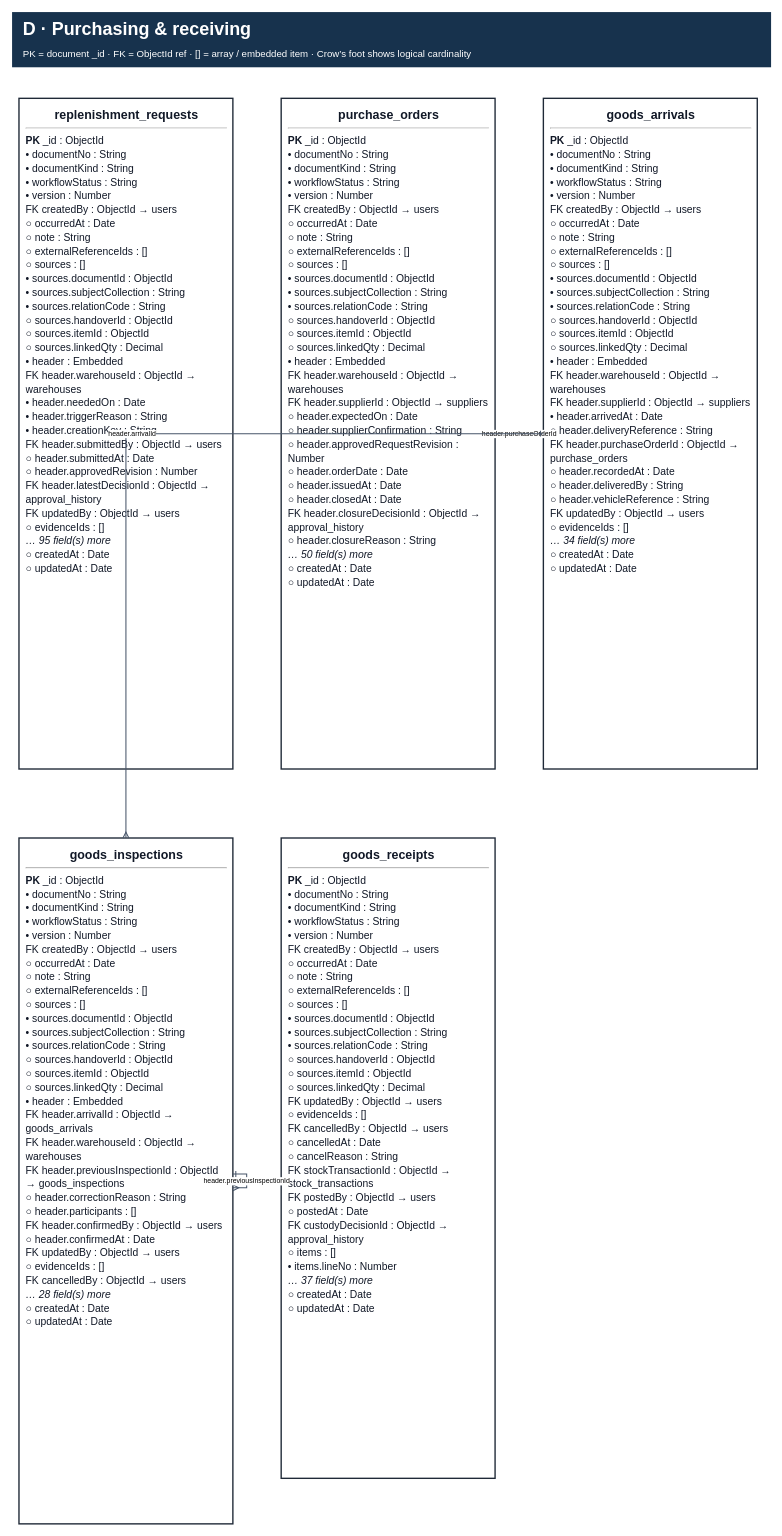
Before: page "D · Purchasing & receiving" (5 of 11) of git_doc/docs/03_thiet_ke/DB_Current_2026-11-09_57/WMSD_ERD_Current.drawio in minhoa2005/building-material-management, a draw.io diagram. Source tidied: cells renumbered, new cells numbered last; positions are measured from the earlier drawing's top-left corner, leaving out a move shared by most shapes. Both pictures are drawn from the tidied source at 69%, with x=0, y=0 at pixel (12, 12).
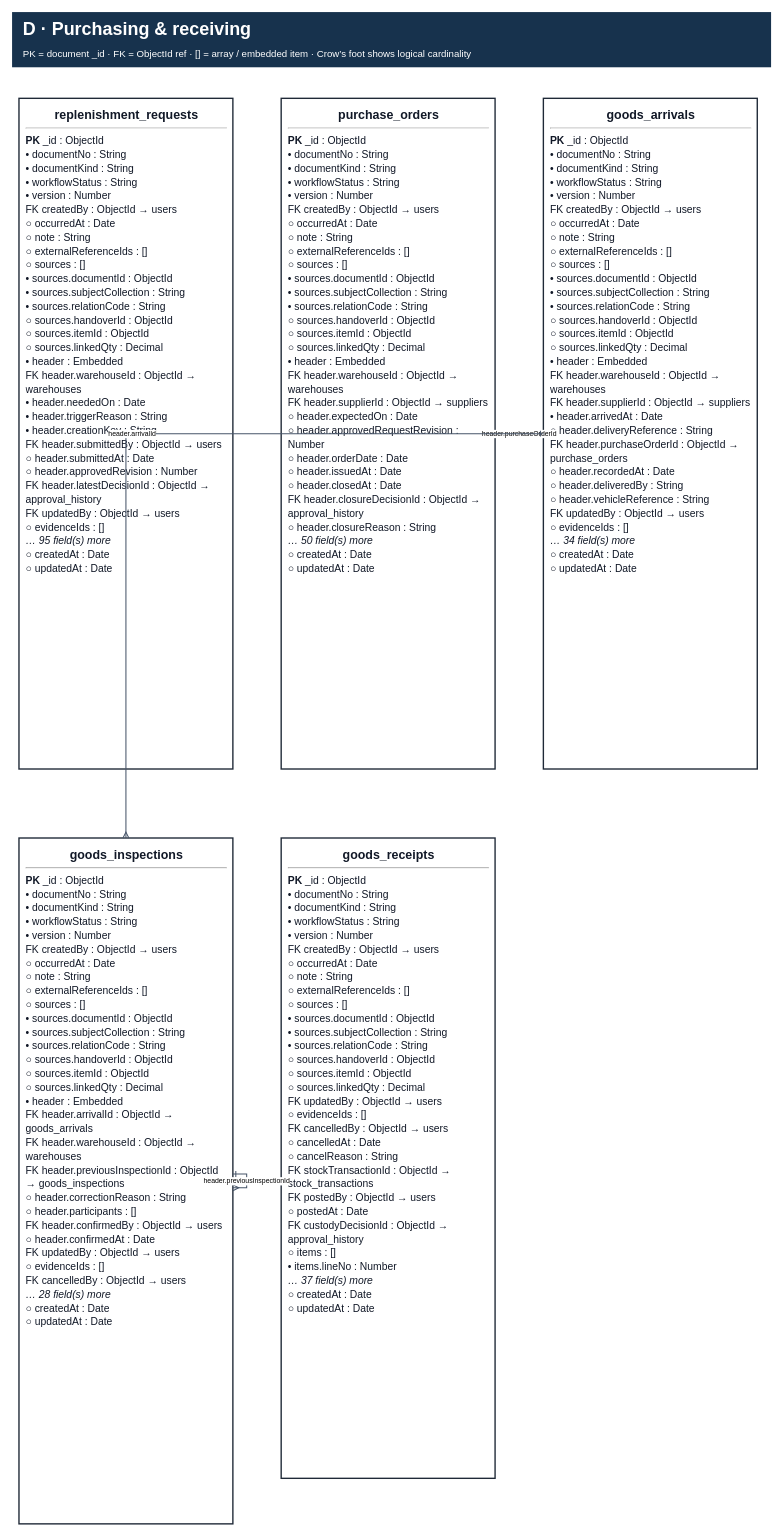
After the change.

The edit, as a diff of the source:
```diff
@@
 <mxGraphModel background="#FFFFFF">
   <root>
     <mxCell id="0" />
     <mxCell id="1" parent="0" />
     <mxCell id="2" value="&lt;b&gt;D · Purchasing &amp; receiving&lt;/b&gt;&lt;br/&gt;&lt;font style=&quot;font-size:14px&quot;&gt;PK = document _id · FK = ObjectId ref · [] = array / embedded item · Crow’s foot shows logical cardinality&lt;/font&gt;" style="rounded=0;whiteSpace=wrap;html=1;fillColor=#17324D;strokeColor=none;fontColor=#FFFFFF;align=left;verticalAlign=middle;spacing=16;fontFamily=Arial;fontSize=26;" parent="1" vertex="1">
       <mxGeometry width="1100" height="80" as="geometry" />
     </mxCell>
     <mxCell id="3" value="&lt;div style=&quot;font-size:15px;line-height:20px&quot;&gt;&lt;div style=&quot;text-align:center;font-size:18px&quot;&gt;&lt;b&gt;replenishment_requests&lt;/b&gt;&lt;/div&gt;&lt;hr/&gt;&lt;div&gt;&lt;b&gt;PK&lt;/b&gt;  _id : ObjectId&lt;br/&gt;•  documentNo : String&lt;br/&gt;•  documentKind : String&lt;br/&gt;•  workflowStatus : String&lt;br/&gt;•  version : Number&lt;br/&gt;FK  createdBy : ObjectId → users&lt;br/&gt;○  occurredAt : Date&lt;br/&gt;○  note : String&lt;br/&gt;○  externalReferenceIds : []&lt;br/&gt;○  sources : []&lt;br/&gt;•  sources.documentId : ObjectId&lt;br/&gt;•  sources.subjectCollection : String&lt;br/&gt;•  sources.relationCode : String&lt;br/&gt;○  sources.handoverId : ObjectId&lt;br/&gt;○  sources.itemId : ObjectId&lt;br/&gt;○  sources.linkedQty : Decimal&lt;br/&gt;•  header : Embedded&lt;br/&gt;FK  header.warehouseId : ObjectId → warehouses&lt;br/&gt;•  header.neededOn : Date&lt;br/&gt;•  header.triggerReason : String&lt;br/&gt;•  header.creationKey : String&lt;br/&gt;FK  header.submittedBy : ObjectId → users&lt;br/&gt;○  header.submittedAt : Date&lt;br/&gt;○  header.approvedRevision : Number&lt;br/&gt;FK  header.latestDecisionId : ObjectId → approval_history&lt;br/&gt;FK  updatedBy : ObjectId → users&lt;br/&gt;○  evidenceIds : []&lt;br/&gt;&lt;i&gt;… 95 field(s) more&lt;/i&gt;&lt;br/&gt;○ createdAt : Date&lt;br/&gt;○ updatedAt : Date&lt;/div&gt;&lt;/div&gt;" style="rounded=0;whiteSpace=wrap;html=1;fillColor=#FFFFFF;strokeColor=#1F2937;strokeWidth=2;fontColor=#111827;align=left;verticalAlign=top;spacing=10;fontFamily=Arial;overflow=hidden;" parent="1" vertex="1">
       <mxGeometry x="10" y="125" width="310" height="972" as="geometry" />
     </mxCell>
-    <mxCell id="4" value="&lt;div style=&quot;font-size:15px;line-height:20px&quot;&gt;&lt;div style=&quot;text-align:center;font-size:18px&quot;&gt;&lt;b&gt;purchase_orders&lt;/b&gt;&lt;/div&gt;&lt;hr/&gt;&lt;div&gt;&lt;b&gt;PK&lt;/b&gt;  _id : ObjectId&lt;br/&gt;•  documentNo : String&lt;br/&gt;•  documentKind : String&lt;br/&gt;•  workflowStatus : String&lt;br/&gt;•  version : Number&lt;br/&gt;FK  createdBy : ObjectId → users&lt;br/&gt;○  occurredAt : Date&lt;br/&gt;○  note : String&lt;br/&gt;○  externalReferenceIds : []&lt;br/&gt;○  sources : []&lt;br/&gt;•  sources.documentId : ObjectId&lt;br/&gt;•  sources.subjectCollection : String&lt;br/&gt;•  sources.relationCode : String&lt;br/&gt;○  sources.handoverId : ObjectId&lt;br/&gt;○  sources.itemId : ObjectId&lt;br/&gt;○  sources.linkedQty : Decimal&lt;br/&gt;•  header : Embedded&lt;br/&gt;FK  header.warehouseId : ObjectId → warehouses&lt;br/&gt;FK  header.supplierId : ObjectId → suppliers&lt;br/&gt;○  header.expectedOn : Date&lt;br/&gt;○  header.supplierConfirmation : String&lt;br/&gt;○  header.approvedRequestRevision : Number&lt;br/&gt;○  header.orderDate : Date&lt;br/&gt;○  header.issuedAt : Date&lt;br/&gt;○  header.closedAt : Date&lt;br/&gt;FK  header.closureDecisionId : ObjectId → approval_history&lt;br/&gt;○  header.closureReason : String&lt;br/&gt;&lt;i&gt;… 50 field(s) more&lt;/i&gt;&lt;br/&gt;○ createdAt : Date&lt;br/&gt;○ updatedAt : Date&lt;/div&gt;&lt;/div&gt;" style="rounded=0;whiteSpace=wrap;html=1;fillColor=#FFFFFF;strokeColor=#1F2937;strokeWidth=2;fontColor=#111827;align=left;verticalAlign=top;spacing=10;fontFamily=Arial;overflow=hidden;" parent="1" vertex="1">
+    <mxCell id="4" value="&lt;div style=&quot;font-size:15px;line-height:20px&quot;&gt;&lt;div style=&quot;text-align:center;font-size:18px&quot;&gt;&lt;b&gt;purchase_orders&lt;/b&gt;&lt;/div&gt;&lt;hr/&gt;&lt;div&gt;&lt;b&gt;PK&lt;/b&gt;  _id : ObjectId&lt;br/&gt;•  documentNo : String&lt;br/&gt;•  documentKind : String&lt;br/&gt;•  workflowStatus : String&lt;br/&gt;•  version : Number&lt;br/&gt;FK  createdBy : ObjectId → users&lt;br/&gt;○  occurredAt : Date&lt;br/&gt;○  note : String&lt;br/&gt;○  externalReferenceIds : []&lt;br/&gt;○  sources : []&lt;br/&gt;•  sources.documentId : ObjectId&lt;br/&gt;•  sources.subjectCollection : String&lt;br/&gt;•  sources.relationCode : String&lt;br/&gt;○  sources.handoverId : ObjectId&lt;br/&gt;○  sources.itemId : ObjectId&lt;br/&gt;○  sources.linkedQty : Decimal&lt;br/&gt;•  header : Embedded&lt;br/&gt;FK  header.warehouseId : ObjectId → warehouses&lt;br/&gt;FK  header.supplierId : ObjectId → suppliers&lt;br/&gt;○  header.expectedOn : Date&lt;br/&gt;○  header.approvedRequestRevision : Number&lt;br/&gt;○  header.orderDate : Date&lt;br/&gt;○  header.issuedAt : Date&lt;br/&gt;○  header.closedAt : Date&lt;br/&gt;FK  header.closureDecisionId : ObjectId → approval_history&lt;br/&gt;○  header.closureReason : String&lt;br/&gt;&lt;i&gt;… 50 field(s) more&lt;/i&gt;&lt;br/&gt;○ createdAt : Date&lt;br/&gt;○ updatedAt : Date&lt;/div&gt;&lt;/div&gt;" style="rounded=0;whiteSpace=wrap;html=1;fillColor=#FFFFFF;strokeColor=#1F2937;strokeWidth=2;fontColor=#111827;align=left;verticalAlign=top;spacing=10;fontFamily=Arial;overflow=hidden;" parent="1" vertex="1">
       <mxGeometry x="390" y="125" width="310" height="972" as="geometry" />
     </mxCell>
     <mxCell id="5" value="&lt;div style=&quot;font-size:15px;line-height:20px&quot;&gt;&lt;div style=&quot;text-align:center;font-size:18px&quot;&gt;&lt;b&gt;goods_arrivals&lt;/b&gt;&lt;/div&gt;&lt;hr/&gt;&lt;div&gt;&lt;b&gt;PK&lt;/b&gt;  _id : ObjectId&lt;br/&gt;•  documentNo : String&lt;br/&gt;•  documentKind : String&lt;br/&gt;•  workflowStatus : String&lt;br/&gt;•  version : Number&lt;br/&gt;FK  createdBy : ObjectId → users&lt;br/&gt;○  occurredAt : Date&lt;br/&gt;○  note : String&lt;br/&gt;○  externalReferenceIds : []&lt;br/&gt;○  sources : []&lt;br/&gt;•  sources.documentId : ObjectId&lt;br/&gt;•  sources.subjectCollection : String&lt;br/&gt;•  sources.relationCode : String&lt;br/&gt;○  sources.handoverId : ObjectId&lt;br/&gt;○  sources.itemId : ObjectId&lt;br/&gt;○  sources.linkedQty : Decimal&lt;br/&gt;•  header : Embedded&lt;br/&gt;FK  header.warehouseId : ObjectId → warehouses&lt;br/&gt;FK  header.supplierId : ObjectId → suppliers&lt;br/&gt;•  header.arrivedAt : Date&lt;br/&gt;○  header.deliveryReference : String&lt;br/&gt;FK  header.purchaseOrderId : ObjectId → purchase_orders&lt;br/&gt;○  header.recordedAt : Date&lt;br/&gt;○  header.deliveredBy : String&lt;br/&gt;○  header.vehicleReference : String&lt;br/&gt;FK  updatedBy : ObjectId → users&lt;br/&gt;○  evidenceIds : []&lt;br/&gt;&lt;i&gt;… 34 field(s) more&lt;/i&gt;&lt;br/&gt;○ createdAt : Date&lt;br/&gt;○ updatedAt : Date&lt;/div&gt;&lt;/div&gt;" style="rounded=0;whiteSpace=wrap;html=1;fillColor=#FFFFFF;strokeColor=#1F2937;strokeWidth=2;fontColor=#111827;align=left;verticalAlign=top;spacing=10;fontFamily=Arial;overflow=hidden;" parent="1" vertex="1">
       <mxGeometry x="770" y="125" width="310" height="972" as="geometry" />
     </mxCell>
     <mxCell id="6" value="&lt;div style=&quot;font-size:15px;line-height:20px&quot;&gt;&lt;div style=&quot;text-align:center;font-size:18px&quot;&gt;&lt;b&gt;goods_inspections&lt;/b&gt;&lt;/div&gt;&lt;hr/&gt;&lt;div&gt;&lt;b&gt;PK&lt;/b&gt;  _id : ObjectId&lt;br/&gt;•  documentNo : String&lt;br/&gt;•  documentKind : String&lt;br/&gt;•  workflowStatus : String&lt;br/&gt;•  version : Number&lt;br/&gt;FK  createdBy : ObjectId → users&lt;br/&gt;○  occurredAt : Date&lt;br/&gt;○  note : String&lt;br/&gt;○  externalReferenceIds : []&lt;br/&gt;○  sources : []&lt;br/&gt;•  sources.documentId : ObjectId&lt;br/&gt;•  sources.subjectCollection : String&lt;br/&gt;•  sources.relationCode : String&lt;br/&gt;○  sources.handoverId : ObjectId&lt;br/&gt;○  sources.itemId : ObjectId&lt;br/&gt;○  sources.linkedQty : Decimal&lt;br/&gt;•  header : Embedded&lt;br/&gt;FK  header.arrivalId : ObjectId → goods_arrivals&lt;br/&gt;FK  header.warehouseId : ObjectId → warehouses&lt;br/&gt;FK  header.previousInspectionId : ObjectId → goods_inspections&lt;br/&gt;○  header.correctionReason : String&lt;br/&gt;○  header.participants : []&lt;br/&gt;FK  header.confirmedBy : ObjectId → users&lt;br/&gt;○  header.confirmedAt : Date&lt;br/&gt;FK  updatedBy : ObjectId → users&lt;br/&gt;○  evidenceIds : []&lt;br/&gt;FK  cancelledBy : ObjectId → users&lt;br/&gt;&lt;i&gt;… 28 field(s) more&lt;/i&gt;&lt;br/&gt;○ createdAt : Date&lt;br/&gt;○ updatedAt : Date&lt;/div&gt;&lt;/div&gt;" style="rounded=0;whiteSpace=wrap;html=1;fillColor=#FFFFFF;strokeColor=#1F2937;strokeWidth=2;fontColor=#111827;align=left;verticalAlign=top;spacing=10;fontFamily=Arial;overflow=hidden;" parent="1" vertex="1">
       <mxGeometry x="10" y="1197" width="310" height="994" as="geometry" />
     </mxCell>
     <mxCell id="7" value="&lt;div style=&quot;font-size:15px;line-height:20px&quot;&gt;&lt;div style=&quot;text-align:center;font-size:18px&quot;&gt;&lt;b&gt;goods_receipts&lt;/b&gt;&lt;/div&gt;&lt;hr/&gt;&lt;div&gt;&lt;b&gt;PK&lt;/b&gt;  _id : ObjectId&lt;br/&gt;•  documentNo : String&lt;br/&gt;•  documentKind : String&lt;br/&gt;•  workflowStatus : String&lt;br/&gt;•  version : Number&lt;br/&gt;FK  createdBy : ObjectId → users&lt;br/&gt;○  occurredAt : Date&lt;br/&gt;○  note : String&lt;br/&gt;○  externalReferenceIds : []&lt;br/&gt;○  sources : []&lt;br/&gt;•  sources.documentId : ObjectId&lt;br/&gt;•  sources.subjectCollection : String&lt;br/&gt;•  sources.relationCode : String&lt;br/&gt;○  sources.handoverId : ObjectId&lt;br/&gt;○  sources.itemId : ObjectId&lt;br/&gt;○  sources.linkedQty : Decimal&lt;br/&gt;FK  updatedBy : ObjectId → users&lt;br/&gt;○  evidenceIds : []&lt;br/&gt;FK  cancelledBy : ObjectId → users&lt;br/&gt;○  cancelledAt : Date&lt;br/&gt;○  cancelReason : String&lt;br/&gt;FK  stockTransactionId : ObjectId → stock_transactions&lt;br/&gt;FK  postedBy : ObjectId → users&lt;br/&gt;○  postedAt : Date&lt;br/&gt;FK  custodyDecisionId : ObjectId → approval_history&lt;br/&gt;○  items : []&lt;br/&gt;•  items.lineNo : Number&lt;br/&gt;&lt;i&gt;… 37 field(s) more&lt;/i&gt;&lt;br/&gt;○ createdAt : Date&lt;br/&gt;○ updatedAt : Date&lt;/div&gt;&lt;/div&gt;" style="rounded=0;whiteSpace=wrap;html=1;fillColor=#FFFFFF;strokeColor=#1F2937;strokeWidth=2;fontColor=#111827;align=left;verticalAlign=top;spacing=10;fontFamily=Arial;overflow=hidden;" parent="1" vertex="1">
       <mxGeometry x="390" y="1197" width="310" height="928" as="geometry" />
     </mxCell>
     <mxCell id="8" value="header.purchaseOrderId" style="edgeStyle=orthogonalEdgeStyle;rounded=0;jettySize=auto;html=1;strokeColor=#475569;strokeWidth=1.5;startArrow=ERone;endArrow=ERmany;fontFamily=Arial;fontSize=10;labelBackgroundColor=#FFFFFF;" parent="1" edge="1" source="4" target="5">
       <mxGeometry relative="1" as="geometry" />
     </mxCell>
     <mxCell id="9" value="header.arrivalId" style="edgeStyle=orthogonalEdgeStyle;rounded=0;jettySize=auto;html=1;strokeColor=#475569;strokeWidth=1.5;startArrow=ERone;endArrow=ERmany;fontFamily=Arial;fontSize=10;labelBackgroundColor=#FFFFFF;" parent="1" edge="1" source="5" target="6">
       <mxGeometry relative="1" as="geometry" />
     </mxCell>
     <mxCell id="10" value="header.previousInspectionId" style="edgeStyle=orthogonalEdgeStyle;rounded=0;orthogonalLoop=1;jettySize=auto;html=1;strokeColor=#475569;strokeWidth=1.5;startArrow=ERone;endArrow=ERmany;fontFamily=Arial;fontSize=10;labelBackgroundColor=#FFFFFF;" parent="1" edge="1" source="6" target="6">
       <mxGeometry relative="1" as="geometry" />
     </mxCell>
   </root>
 </mxGraphModel>
```
